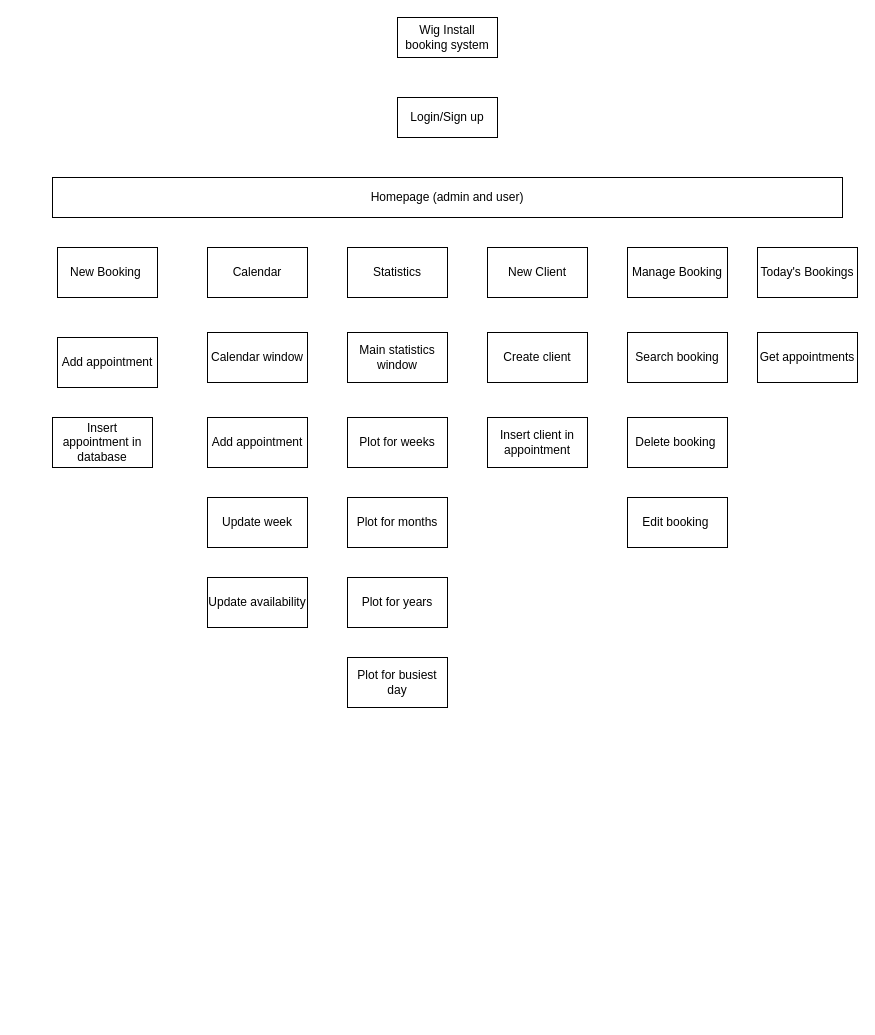
The draw.io diagram statediagram.drawio in B34427/ComputingProject, before the edit. Source tidied: cells renumbered, new cells numbered last; positions are measured from the earlier drawing's top-left corner, leaving out a move shared by most shapes. Both pictures are drawn from the tidied source at 100%, with x=0, y=0 at pixel (52, 17).
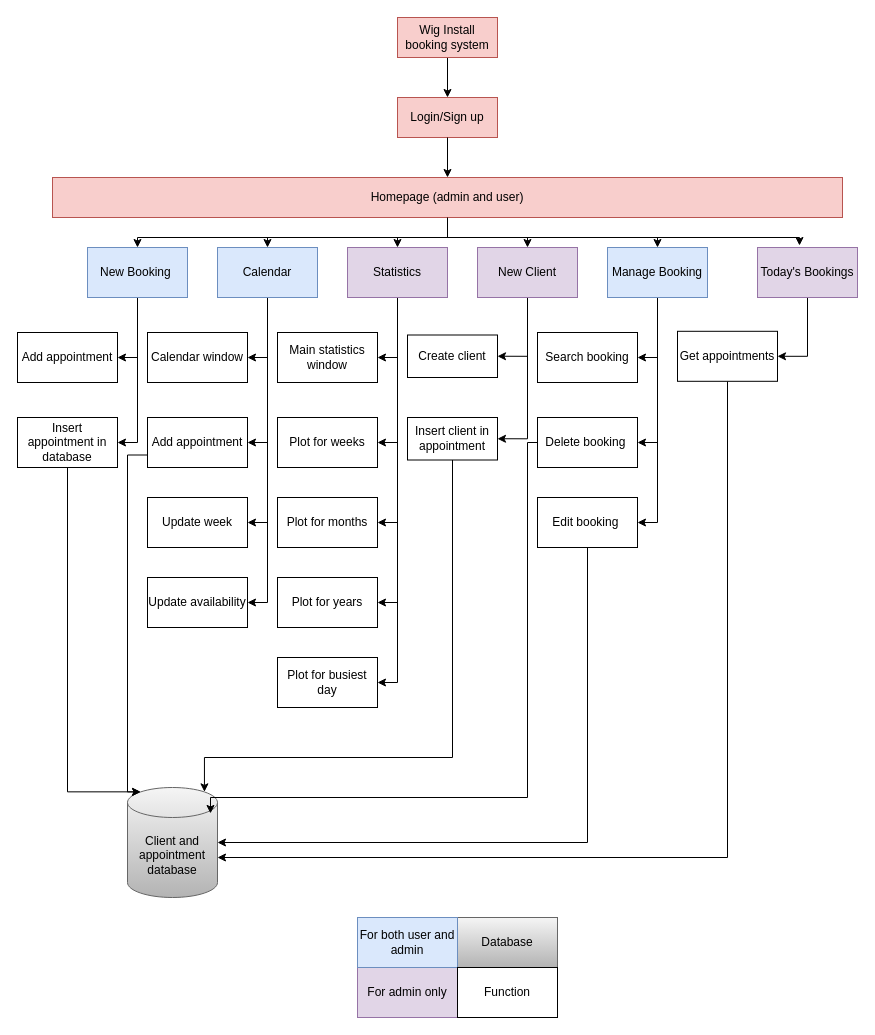
Above is the later version.

Change to the diagram source:
```diff
@@
+    <mxCell id="28" style="edgeStyle=orthogonalEdgeStyle;rounded=0;jettySize=auto;html=1;exitX=0.5;exitY=1;exitDx=0;exitDy=0;entryX=0.5;entryY=0;entryDx=0;entryDy=0;" parent="1" edge="1" source="2" target="3">
+      <mxGeometry relative="1" as="geometry" />
+    </mxCell>
-    <mxCell id="2" value="Wig Install booking system" style="rounded=0;whiteSpace=wrap;html=1;" parent="1" vertex="1">
+    <mxCell id="2" value="Wig Install booking system" style="rounded=0;whiteSpace=wrap;html=1;fillColor=#f8cecc;strokeColor=#b85450;" parent="1" vertex="1">
       <mxGeometry x="345" width="100" height="40" as="geometry" />
     </mxCell>
-    <mxCell id="3" value="Login/Sign up" style="rounded=0;whiteSpace=wrap;html=1;" parent="1" vertex="1">
+    <mxCell id="3" value="Login/Sign up" style="rounded=0;whiteSpace=wrap;html=1;fillColor=#f8cecc;strokeColor=#b85450;" parent="1" vertex="1">
       <mxGeometry x="345" y="80" width="100" height="40" as="geometry" />
     </mxCell>
+    <mxCell id="29" style="edgeStyle=orthogonalEdgeStyle;rounded=0;jettySize=auto;html=1;exitX=0.5;exitY=1;exitDx=0;exitDy=0;entryX=0.5;entryY=0;entryDx=0;entryDy=0;" parent="1" edge="1" source="4" target="5">
+      <mxGeometry relative="1" as="geometry" />
+    </mxCell>
+    <mxCell id="30" style="edgeStyle=orthogonalEdgeStyle;rounded=0;jettySize=auto;html=1;exitX=0.5;exitY=1;exitDx=0;exitDy=0;entryX=0.5;entryY=0;entryDx=0;entryDy=0;" parent="1" edge="1" source="4" target="6">
+      <mxGeometry relative="1" as="geometry" />
+    </mxCell>
+    <mxCell id="31" style="edgeStyle=orthogonalEdgeStyle;rounded=0;jettySize=auto;html=1;exitX=0.5;exitY=1;exitDx=0;exitDy=0;entryX=0.5;entryY=0;entryDx=0;entryDy=0;" parent="1" edge="1" source="4" target="10">
+      <mxGeometry relative="1" as="geometry" />
+    </mxCell>
+    <mxCell id="32" style="edgeStyle=orthogonalEdgeStyle;rounded=0;jettySize=auto;html=1;exitX=0.5;exitY=1;exitDx=0;exitDy=0;entryX=0.5;entryY=0;entryDx=0;entryDy=0;" parent="1" edge="1" source="4" target="7">
+      <mxGeometry relative="1" as="geometry" />
+    </mxCell>
+    <mxCell id="33" style="edgeStyle=orthogonalEdgeStyle;rounded=0;jettySize=auto;html=1;exitX=0.5;exitY=1;exitDx=0;exitDy=0;entryX=0.5;entryY=0;entryDx=0;entryDy=0;" parent="1" edge="1" source="4" target="8">
+      <mxGeometry relative="1" as="geometry" />
+    </mxCell>
-    <mxCell id="4" value="Homepage (admin and user)" style="rounded=0;whiteSpace=wrap;html=1;" parent="1" vertex="1">
+    <mxCell id="4" value="Homepage (admin and user)" style="rounded=0;whiteSpace=wrap;html=1;fillColor=#f8cecc;strokeColor=#b85450;" parent="1" vertex="1">
       <mxGeometry y="160" width="790" height="40" as="geometry" />
     </mxCell>
+    <mxCell id="34" style="edgeStyle=orthogonalEdgeStyle;rounded=0;jettySize=auto;html=1;exitX=0.5;exitY=1;exitDx=0;exitDy=0;entryX=1;entryY=0.5;entryDx=0;entryDy=0;" parent="1" edge="1" source="5" target="12">
+      <mxGeometry relative="1" as="geometry" />
+    </mxCell>
+    <mxCell id="35" style="edgeStyle=orthogonalEdgeStyle;rounded=0;jettySize=auto;html=1;exitX=0.5;exitY=1;exitDx=0;exitDy=0;entryX=1;entryY=0.5;entryDx=0;entryDy=0;" parent="1" edge="1" source="5" target="11">
+      <mxGeometry relative="1" as="geometry" />
+    </mxCell>
-    <mxCell id="5" value="New Booking&amp;nbsp;" style="rounded=0;whiteSpace=wrap;html=1;" parent="1" vertex="1">
-      <mxGeometry x="5" y="230" width="100" height="50" as="geometry" />
+    <mxCell id="5" value="New Booking&amp;nbsp;" style="rounded=0;whiteSpace=wrap;html=1;fillColor=#dae8fc;strokeColor=#6c8ebf;" parent="1" vertex="1">
+      <mxGeometry x="35" y="230" width="100" height="50" as="geometry" />
     </mxCell>
+    <mxCell id="36" style="edgeStyle=orthogonalEdgeStyle;rounded=0;jettySize=auto;html=1;exitX=0.5;exitY=1;exitDx=0;exitDy=0;entryX=1;entryY=0.5;entryDx=0;entryDy=0;" parent="1" edge="1" source="6" target="16">
+      <mxGeometry relative="1" as="geometry" />
+    </mxCell>
+    <mxCell id="37" style="edgeStyle=orthogonalEdgeStyle;rounded=0;jettySize=auto;html=1;exitX=0.5;exitY=1;exitDx=0;exitDy=0;entryX=1;entryY=0.5;entryDx=0;entryDy=0;" parent="1" edge="1" source="6" target="15">
+      <mxGeometry relative="1" as="geometry" />
+    </mxCell>
+    <mxCell id="38" style="edgeStyle=orthogonalEdgeStyle;rounded=0;jettySize=auto;html=1;exitX=0.5;exitY=1;exitDx=0;exitDy=0;entryX=1;entryY=0.5;entryDx=0;entryDy=0;" parent="1" edge="1" source="6" target="14">
+      <mxGeometry relative="1" as="geometry" />
+    </mxCell>
+    <mxCell id="39" style="edgeStyle=orthogonalEdgeStyle;rounded=0;jettySize=auto;html=1;exitX=0.5;exitY=1;exitDx=0;exitDy=0;entryX=1;entryY=0.5;entryDx=0;entryDy=0;" parent="1" edge="1" source="6" target="13">
+      <mxGeometry relative="1" as="geometry" />
+    </mxCell>
-    <mxCell id="6" value="Calendar" style="rounded=0;whiteSpace=wrap;html=1;" parent="1" vertex="1">
-      <mxGeometry x="155" y="230" width="100" height="50" as="geometry" />
+    <mxCell id="6" value="Calendar" style="rounded=0;whiteSpace=wrap;html=1;fillColor=#dae8fc;strokeColor=#6c8ebf;" parent="1" vertex="1">
+      <mxGeometry x="165" y="230" width="100" height="50" as="geometry" />
     </mxCell>
+    <mxCell id="40" style="edgeStyle=orthogonalEdgeStyle;rounded=0;jettySize=auto;html=1;exitX=0.5;exitY=1;exitDx=0;exitDy=0;entryX=1;entryY=0.5;entryDx=0;entryDy=0;" parent="1" edge="1" source="7" target="23">
+      <mxGeometry relative="1" as="geometry" />
+    </mxCell>
+    <mxCell id="41" style="edgeStyle=orthogonalEdgeStyle;rounded=0;jettySize=auto;html=1;exitX=0.5;exitY=1;exitDx=0;exitDy=0;entryX=1;entryY=0.5;entryDx=0;entryDy=0;" parent="1" edge="1" source="7" target="22">
+      <mxGeometry relative="1" as="geometry" />
+    </mxCell>
-    <mxCell id="7" value="New Client" style="rounded=0;whiteSpace=wrap;html=1;" parent="1" vertex="1">
-      <mxGeometry x="435" y="230" width="100" height="50" as="geometry" />
+    <mxCell id="7" value="New Client" style="rounded=0;whiteSpace=wrap;html=1;fillColor=#e1d5e7;strokeColor=#9673a6;" parent="1" vertex="1">
+      <mxGeometry x="425" y="230" width="100" height="50" as="geometry" />
     </mxCell>
+    <mxCell id="42" style="edgeStyle=orthogonalEdgeStyle;rounded=0;jettySize=auto;html=1;exitX=0.5;exitY=1;exitDx=0;exitDy=0;entryX=1;entryY=0.5;entryDx=0;entryDy=0;" parent="1" edge="1" source="8" target="25">
+      <mxGeometry relative="1" as="geometry" />
+    </mxCell>
+    <mxCell id="43" style="edgeStyle=orthogonalEdgeStyle;rounded=0;jettySize=auto;html=1;exitX=0.5;exitY=1;exitDx=0;exitDy=0;entryX=1;entryY=0.5;entryDx=0;entryDy=0;" parent="1" edge="1" source="8" target="24">
+      <mxGeometry relative="1" as="geometry" />
+    </mxCell>
+    <mxCell id="44" style="edgeStyle=orthogonalEdgeStyle;rounded=0;jettySize=auto;html=1;exitX=0.5;exitY=1;exitDx=0;exitDy=0;entryX=1;entryY=0.5;entryDx=0;entryDy=0;" parent="1" edge="1" source="8" target="26">
+      <mxGeometry relative="1" as="geometry" />
+    </mxCell>
-    <mxCell id="8" value="Manage Booking" style="rounded=0;whiteSpace=wrap;html=1;" parent="1" vertex="1">
-      <mxGeometry x="575" y="230" width="100" height="50" as="geometry" />
+    <mxCell id="8" value="Manage Booking" style="rounded=0;whiteSpace=wrap;html=1;fillColor=#dae8fc;strokeColor=#6c8ebf;" parent="1" vertex="1">
+      <mxGeometry x="555" y="230" width="100" height="50" as="geometry" />
     </mxCell>
+    <mxCell id="45" style="edgeStyle=orthogonalEdgeStyle;rounded=0;jettySize=auto;html=1;exitX=0.5;exitY=1;exitDx=0;exitDy=0;entryX=1;entryY=0.5;entryDx=0;entryDy=0;" parent="1" edge="1" source="9" target="27">
+      <mxGeometry relative="1" as="geometry" />
+    </mxCell>
-    <mxCell id="9" value="Today's Bookings" style="rounded=0;whiteSpace=wrap;html=1;" parent="1" vertex="1">
+    <mxCell id="9" value="Today's Bookings" style="rounded=0;whiteSpace=wrap;html=1;fillColor=#e1d5e7;strokeColor=#9673a6;" parent="1" vertex="1">
       <mxGeometry x="705" y="230" width="100" height="50" as="geometry" />
     </mxCell>
+    <mxCell id="46" style="edgeStyle=orthogonalEdgeStyle;rounded=0;jettySize=auto;html=1;exitX=0.5;exitY=1;exitDx=0;exitDy=0;entryX=1;entryY=0.5;entryDx=0;entryDy=0;" parent="1" edge="1" source="10" target="21">
+      <mxGeometry relative="1" as="geometry" />
+    </mxCell>
+    <mxCell id="47" style="edgeStyle=orthogonalEdgeStyle;rounded=0;jettySize=auto;html=1;exitX=0.5;exitY=1;exitDx=0;exitDy=0;entryX=1;entryY=0.5;entryDx=0;entryDy=0;" parent="1" edge="1" source="10" target="20">
+      <mxGeometry relative="1" as="geometry" />
+    </mxCell>
+    <mxCell id="48" style="edgeStyle=orthogonalEdgeStyle;rounded=0;jettySize=auto;html=1;exitX=0.5;exitY=1;exitDx=0;exitDy=0;entryX=1;entryY=0.5;entryDx=0;entryDy=0;" parent="1" edge="1" source="10" target="19">
+      <mxGeometry relative="1" as="geometry" />
+    </mxCell>
+    <mxCell id="49" style="edgeStyle=orthogonalEdgeStyle;rounded=0;jettySize=auto;html=1;exitX=0.5;exitY=1;exitDx=0;exitDy=0;entryX=1;entryY=0.5;entryDx=0;entryDy=0;" parent="1" edge="1" source="10" target="18">
+      <mxGeometry relative="1" as="geometry" />
+    </mxCell>
+    <mxCell id="50" style="edgeStyle=orthogonalEdgeStyle;rounded=0;jettySize=auto;html=1;exitX=0.5;exitY=1;exitDx=0;exitDy=0;entryX=1;entryY=0.5;entryDx=0;entryDy=0;" parent="1" edge="1" source="10" target="17">
+      <mxGeometry relative="1" as="geometry" />
+    </mxCell>
-    <mxCell id="10" value="Statistics" style="rounded=0;whiteSpace=wrap;html=1;" parent="1" vertex="1">
+    <mxCell id="10" value="Statistics" style="rounded=0;whiteSpace=wrap;html=1;fillColor=#e1d5e7;strokeColor=#9673a6;" parent="1" vertex="1">
       <mxGeometry x="295" y="230" width="100" height="50" as="geometry" />
     </mxCell>
     <mxCell id="11" value="Insert appointment in database" style="rounded=0;whiteSpace=wrap;html=1;" parent="1" vertex="1">
-      <mxGeometry y="400" width="100" height="50" as="geometry" />
+      <mxGeometry x="-35" y="400" width="100" height="50" as="geometry" />
     </mxCell>
     <mxCell id="12" value="Add appointment" style="rounded=0;whiteSpace=wrap;html=1;" parent="1" vertex="1">
-      <mxGeometry x="5" y="320" width="100" height="50" as="geometry" />
+      <mxGeometry x="-35" y="315" width="100" height="50" as="geometry" />
     </mxCell>
     <mxCell id="13" value="Update availability" style="rounded=0;whiteSpace=wrap;html=1;" parent="1" vertex="1">
-      <mxGeometry x="155" y="560" width="100" height="50" as="geometry" />
+      <mxGeometry x="95" y="560" width="100" height="50" as="geometry" />
     </mxCell>
     <mxCell id="14" value="Update week" style="rounded=0;whiteSpace=wrap;html=1;" parent="1" vertex="1">
-      <mxGeometry x="155" y="480" width="100" height="50" as="geometry" />
+      <mxGeometry x="95" y="480" width="100" height="50" as="geometry" />
     </mxCell>
     <mxCell id="15" value="Add appointment" style="rounded=0;whiteSpace=wrap;html=1;" parent="1" vertex="1">
-      <mxGeometry x="155" y="400" width="100" height="50" as="geometry" />
+      <mxGeometry x="95" y="400" width="100" height="50" as="geometry" />
     </mxCell>
     <mxCell id="16" value="Calendar window" style="rounded=0;whiteSpace=wrap;html=1;rotation=0;" parent="1" vertex="1">
-      <mxGeometry x="155" y="315" width="100" height="50" as="geometry" />
+      <mxGeometry x="95" y="315" width="100" height="50" as="geometry" />
     </mxCell>
     <mxCell id="17" value="Plot for busiest day" style="rounded=0;whiteSpace=wrap;html=1;" parent="1" vertex="1">
-      <mxGeometry x="295" y="640" width="100" height="50" as="geometry" />
+      <mxGeometry x="225" y="640" width="100" height="50" as="geometry" />
     </mxCell>
     <mxCell id="18" value="Plot for years" style="rounded=0;whiteSpace=wrap;html=1;" parent="1" vertex="1">
-      <mxGeometry x="295" y="560" width="100" height="50" as="geometry" />
+      <mxGeometry x="225" y="560" width="100" height="50" as="geometry" />
     </mxCell>
     <mxCell id="19" value="Plot for months" style="rounded=0;whiteSpace=wrap;html=1;" parent="1" vertex="1">
-      <mxGeometry x="295" y="480" width="100" height="50" as="geometry" />
+      <mxGeometry x="225" y="480" width="100" height="50" as="geometry" />
     </mxCell>
     <mxCell id="20" value="Plot for weeks" style="rounded=0;whiteSpace=wrap;html=1;" parent="1" vertex="1">
-      <mxGeometry x="295" y="400" width="100" height="50" as="geometry" />
+      <mxGeometry x="225" y="400" width="100" height="50" as="geometry" />
     </mxCell>
     <mxCell id="21" value="Main statistics window" style="rounded=0;whiteSpace=wrap;html=1;" parent="1" vertex="1">
-      <mxGeometry x="295" y="315" width="100" height="50" as="geometry" />
+      <mxGeometry x="225" y="315" width="100" height="50" as="geometry" />
     </mxCell>
-    <mxCell id="22" value="Insert client in appointment" style="rounded=0;whiteSpace=wrap;html=1;" parent="1" vertex="1">
-      <mxGeometry x="435" y="400" width="100" height="50" as="geometry" />
+    <mxCell id="22" value="Insert client in appointment" style="rounded=0;whiteSpace=wrap;html=1;rotation=0;" parent="1" vertex="1">
+      <mxGeometry x="355" y="400" width="90" height="42.5" as="geometry" />
     </mxCell>
     <mxCell id="23" value="Create client" style="rounded=0;whiteSpace=wrap;html=1;" parent="1" vertex="1">
-      <mxGeometry x="435" y="315" width="100" height="50" as="geometry" />
+      <mxGeometry x="355" y="317.5" width="90" height="42.5" as="geometry" />
     </mxCell>
     <mxCell id="24" value="Delete booking&amp;nbsp;" style="rounded=0;whiteSpace=wrap;html=1;" parent="1" vertex="1">
-      <mxGeometry x="575" y="400" width="100" height="50" as="geometry" />
+      <mxGeometry x="485" y="400" width="100" height="50" as="geometry" />
     </mxCell>
     <mxCell id="25" value="Search booking" style="rounded=0;whiteSpace=wrap;html=1;" parent="1" vertex="1">
-      <mxGeometry x="575" y="315" width="100" height="50" as="geometry" />
+      <mxGeometry x="485" y="315" width="100" height="50" as="geometry" />
     </mxCell>
     <mxCell id="26" value="Edit booking&amp;nbsp;" style="rounded=0;whiteSpace=wrap;html=1;" parent="1" vertex="1">
-      <mxGeometry x="575" y="480" width="100" height="50" as="geometry" />
+      <mxGeometry x="485" y="480" width="100" height="50" as="geometry" />
     </mxCell>
+    <mxCell id="51" style="edgeStyle=orthogonalEdgeStyle;rounded=0;jettySize=auto;html=1;exitX=0.5;exitY=1;exitDx=0;exitDy=0;" parent="1" edge="1" source="27" target="52">
+      <mxGeometry relative="1" as="geometry">
+        <Array as="points">
+          <mxPoint x="675" y="840" />
+        </Array>
+      </mxGeometry>
+    </mxCell>
     <mxCell id="27" value="Get appointments" style="rounded=0;whiteSpace=wrap;html=1;rotation=0;" parent="1" vertex="1">
-      <mxGeometry x="705" y="315" width="100" height="50" as="geometry" />
+      <mxGeometry x="625" y="313.8" width="100" height="50" as="geometry" />
     </mxCell>
+    <mxCell id="52" value="Client and appointment database" style="shape=cylinder3;whiteSpace=wrap;html=1;boundedLbl=1;backgroundOutline=1;size=15;fillColor=#f5f5f5;strokeColor=#666666;gradientColor=#b3b3b3;" parent="1" vertex="1">
+      <mxGeometry x="75" y="770" width="90" height="110" as="geometry" />
+    </mxCell>
+    <mxCell id="53" style="edgeStyle=orthogonalEdgeStyle;rounded=0;jettySize=auto;html=1;exitX=0.5;exitY=1;exitDx=0;exitDy=0;entryX=0.5;entryY=0;entryDx=0;entryDy=0;" parent="1" edge="1" source="3" target="4">
+      <mxGeometry relative="1" as="geometry" />
+    </mxCell>
+    <mxCell id="54" style="edgeStyle=orthogonalEdgeStyle;rounded=0;jettySize=auto;html=1;exitX=0.5;exitY=1;exitDx=0;exitDy=0;entryX=0.42;entryY=-0.04;entryDx=0;entryDy=0;entryPerimeter=0;" parent="1" edge="1" source="4" target="9">
+      <mxGeometry relative="1" as="geometry" />
+    </mxCell>
+    <mxCell id="55" style="rounded=0;jettySize=auto;html=1;exitX=0.5;exitY=1;exitDx=0;exitDy=0;entryX=0.145;entryY=0;entryDx=0;entryDy=4.35;entryPerimeter=0;edgeStyle=elbowEdgeStyle;" parent="1" edge="1" source="11" target="52">
+      <mxGeometry relative="1" as="geometry">
+        <Array as="points">
+          <mxPoint x="15" y="610" />
+        </Array>
+      </mxGeometry>
+    </mxCell>
+    <mxCell id="56" style="rounded=0;jettySize=auto;html=1;exitX=0;exitY=0.75;exitDx=0;exitDy=0;entryX=0.145;entryY=0;entryDx=0;entryDy=4.35;entryPerimeter=0;edgeStyle=orthogonalEdgeStyle;" parent="1" edge="1" source="15" target="52">
+      <mxGeometry relative="1" as="geometry">
+        <Array as="points">
+          <mxPoint x="75" y="438" />
+          <mxPoint x="75" y="774" />
+        </Array>
+      </mxGeometry>
+    </mxCell>
+    <mxCell id="57" style="edgeStyle=elbowEdgeStyle;rounded=0;jettySize=auto;html=1;exitX=0.5;exitY=1;exitDx=0;exitDy=0;entryX=0.855;entryY=0;entryDx=0;entryDy=4.35;entryPerimeter=0;elbow=vertical;" parent="1" edge="1" source="22" target="52">
+      <mxGeometry relative="1" as="geometry">
+        <Array as="points">
+          <mxPoint x="335" y="740" />
+        </Array>
+      </mxGeometry>
+    </mxCell>
+    <mxCell id="58" style="rounded=0;jettySize=auto;html=1;exitX=0;exitY=0.5;exitDx=0;exitDy=0;entryX=0.922;entryY=0.236;entryDx=0;entryDy=0;entryPerimeter=0;edgeStyle=orthogonalEdgeStyle;" parent="1" edge="1" source="24" target="52">
+      <mxGeometry relative="1" as="geometry">
+        <Array as="points">
+          <mxPoint x="475" y="425" />
+          <mxPoint x="475" y="780" />
+          <mxPoint x="158" y="780" />
+        </Array>
+      </mxGeometry>
+    </mxCell>
+    <mxCell id="59" style="edgeStyle=orthogonalEdgeStyle;rounded=0;jettySize=auto;html=1;entryX=1;entryY=0.5;entryDx=0;entryDy=0;entryPerimeter=0;" parent="1" edge="1" source="26" target="52">
+      <mxGeometry relative="1" as="geometry">
+        <Array as="points">
+          <mxPoint x="535" y="825" />
+        </Array>
+      </mxGeometry>
+    </mxCell>
+    <mxCell id="60" value="For admin only" style="rounded=0;whiteSpace=wrap;html=1;fillColor=#e1d5e7;strokeColor=#9673a6;" parent="1" vertex="1">
+      <mxGeometry x="305" y="950" width="100" height="50" as="geometry" />
+    </mxCell>
+    <mxCell id="61" value="Database" style="rounded=0;whiteSpace=wrap;html=1;fillColor=#f5f5f5;gradientColor=#b3b3b3;strokeColor=#666666;" parent="1" vertex="1">
+      <mxGeometry x="405" y="900" width="100" height="50" as="geometry" />
+    </mxCell>
+    <mxCell id="62" value="For both user and admin" style="rounded=0;whiteSpace=wrap;html=1;fillColor=#dae8fc;strokeColor=#6c8ebf;" parent="1" vertex="1">
+      <mxGeometry x="305" y="900" width="100" height="50" as="geometry" />
+    </mxCell>
+    <mxCell id="63" value="Function" style="rounded=0;whiteSpace=wrap;html=1;" parent="1" vertex="1">
+      <mxGeometry x="405" y="950" width="100" height="50" as="geometry" />
+    </mxCell>
```
